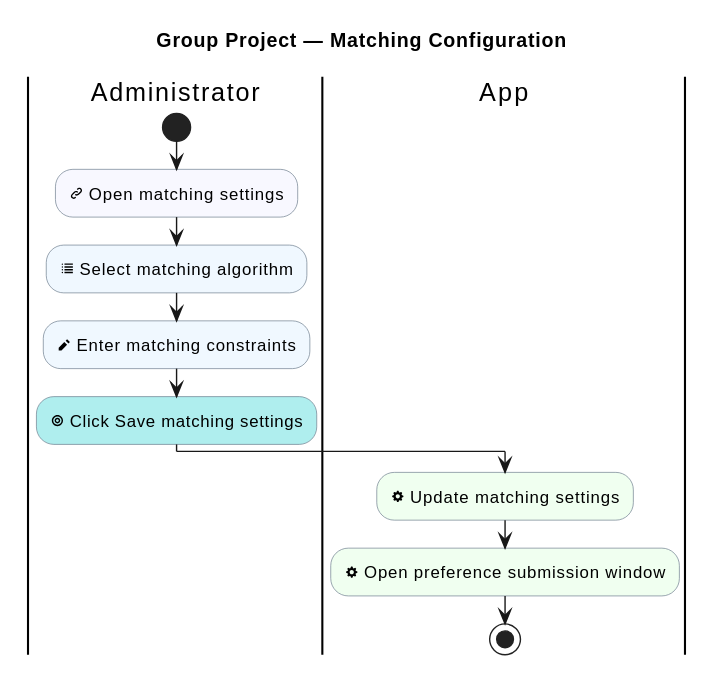
sdflkjssl/sdflkjssl.github.io keeps this PlantUML diagram as industrial-placement-group-project/diagrams/group-project/matching-configuration.svg. Above is the earlier version.
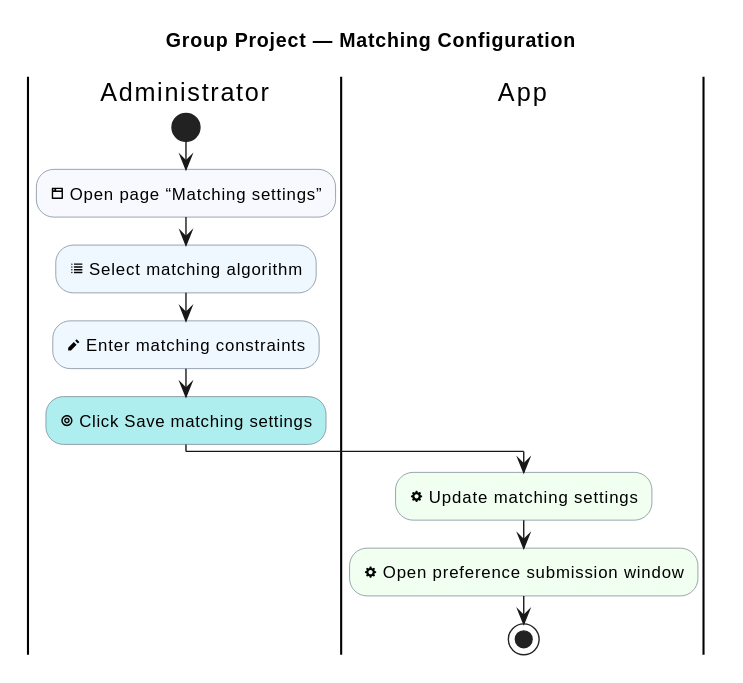
The same file after the commit.

Change to the diagram source:
```diff
@@ -12,7 +12,7 @@
 
 |Administrator|
 start
-:<&link-intact> Open matching settings; <<#GhostWhite>>
+:<&browser> Open page “Matching settings”; <<#GhostWhite>>
 :<&list> Select matching algorithm; <<#AliceBlue>>
 :<&pencil> Enter matching constraints; <<#AliceBlue>>
 :<&target> Click Save matching settings; <<#PaleTurquoise>>
```
